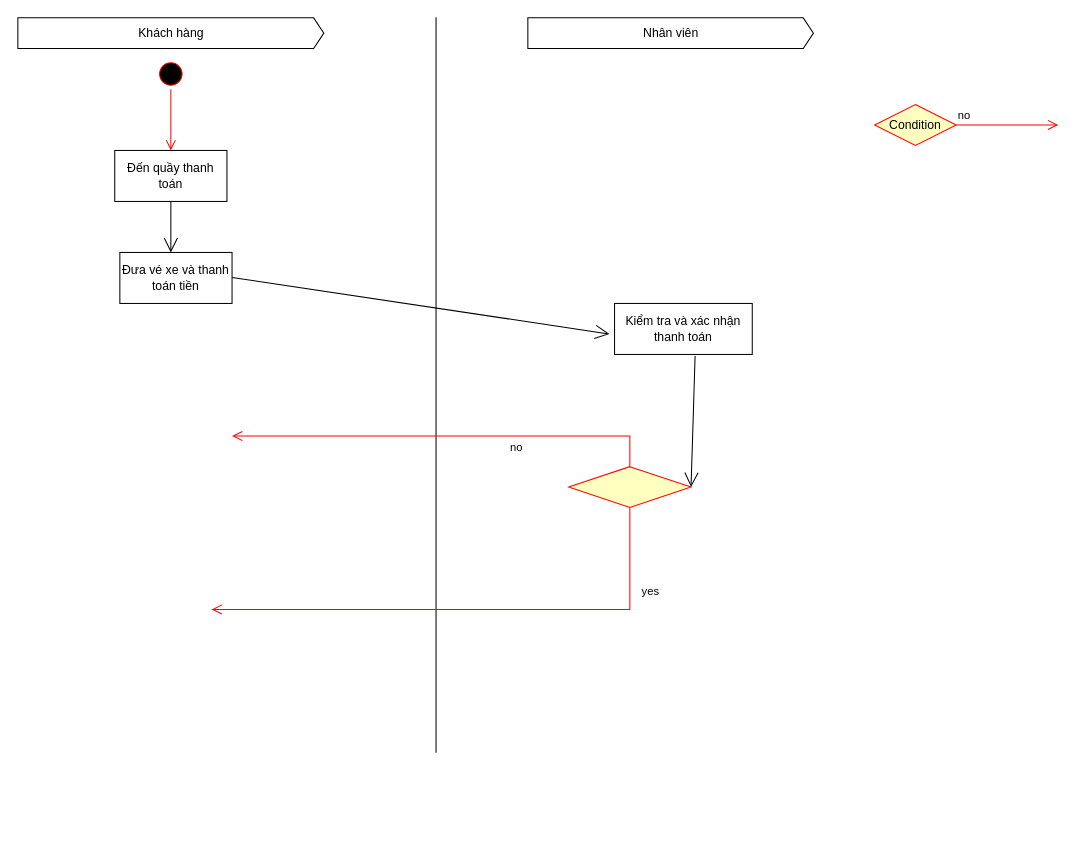
This is Biểu đồ không có tiêu đề.drawio from letham1612/test.ithub, a draw.io file, before an edit. Source tidied: cells renumbered, new cells numbered last; positions are measured from the earlier drawing's top-left corner, leaving out a move shared by most shapes. Both pictures are drawn from the tidied source at 102%, with x=0, y=0 at pixel (17, 17).
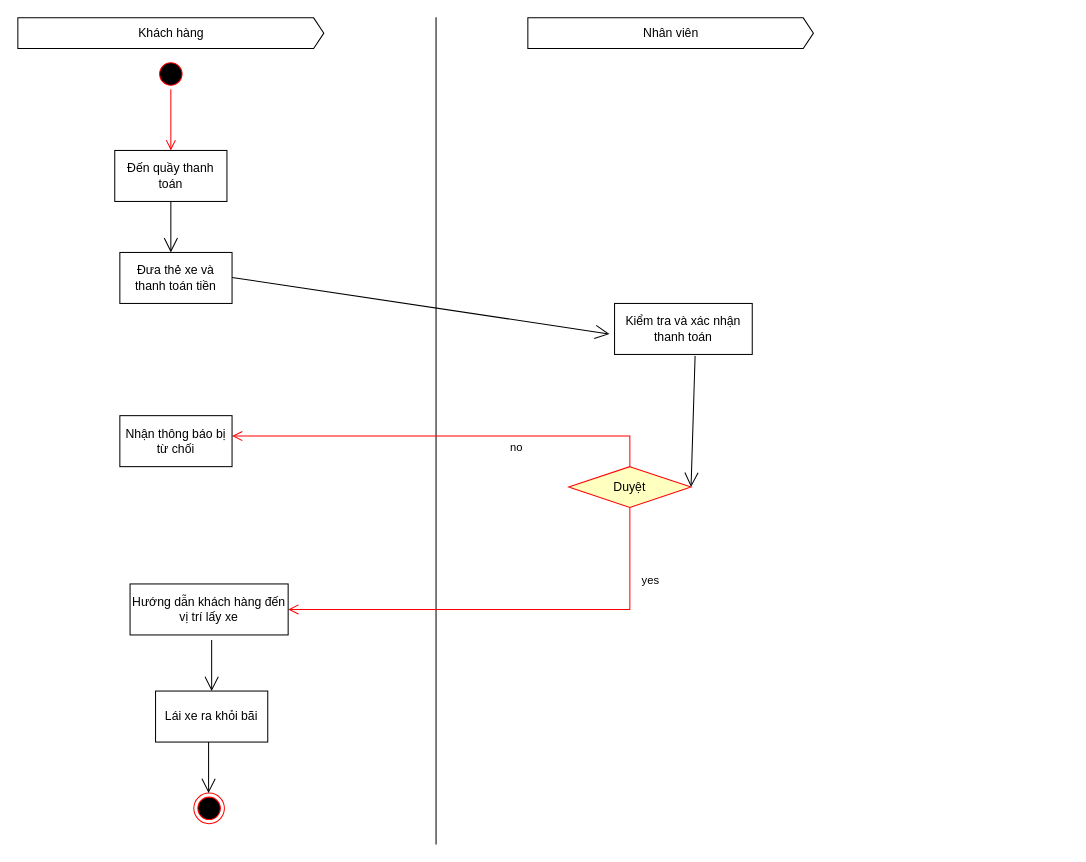
After the change.

What changed in the source:
```diff
@@
     <mxCell id="4" style="shape=partialRectangle;whiteSpace=wrap;html=1;right=0;top=0;bottom=0;fillColor=none;routingCenterX=-0.5;" parent="1" vertex="1">
-      <mxGeometry x="410" width="30" height="720" as="geometry" />
+      <mxGeometry x="410" width="30" height="810" as="geometry" />
     </mxCell>
@@
-    <mxCell id="9" value="Đưa vé xe và thanh toán tiền" style="html=1;whiteSpace=wrap;" parent="1" vertex="1">
+    <mxCell id="9" value="Đưa thẻ xe và thanh toán tiền" style="html=1;whiteSpace=wrap;" parent="1" vertex="1">
       <mxGeometry x="100" y="230" width="110" height="50" as="geometry" />
     </mxCell>
@@
-    <mxCell id="13" style="rhombus;whiteSpace=wrap;html=1;fontColor=#000000;fillColor=#ffffc0;strokeColor=#ff0000;" parent="1" vertex="1">
+    <mxCell id="13" value="Duyệt" style="rhombus;whiteSpace=wrap;html=1;fontColor=#000000;fillColor=#ffffc0;strokeColor=#ff0000;" parent="1" vertex="1">
       <mxGeometry x="540" y="440" width="120" height="40" as="geometry" />
     </mxCell>
-    <mxCell id="14" value="no" style="edgeStyle=orthogonalEdgeStyle;html=1;align=left;verticalAlign=bottom;endArrow=open;endSize=8;strokeColor=#ff0000;rounded=0;" parent="1" edge="1" source="15">
-      <mxGeometry x="-1" relative="1" as="geometry">
-        <mxPoint x="1020" y="105" as="targetPoint" />
-      </mxGeometry>
-    </mxCell>
-    <mxCell id="15" value="Condition" style="rhombus;whiteSpace=wrap;html=1;fontColor=#000000;fillColor=#ffffc0;strokeColor=#ff0000;" parent="1" vertex="1">
-      <mxGeometry x="840" y="85" width="80" height="40" as="geometry" />
-    </mxCell>
-    <mxCell id="16" value="yes" style="edgeStyle=orthogonalEdgeStyle;html=1;align=left;verticalAlign=top;endArrow=open;endSize=8;strokeColor=#ff0000;rounded=0;" parent="1" edge="1">
+    <mxCell id="16" value="yes" style="edgeStyle=orthogonalEdgeStyle;html=1;align=left;verticalAlign=top;endArrow=open;endSize=8;strokeColor=#ff0000;rounded=0;" parent="1" edge="1" target="18">
       <mxGeometry x="-0.73" y="10" relative="1" as="geometry">
         <mxPoint x="600" y="480" as="sourcePoint" />
-        <mxPoint x="190" y="580" as="targetPoint" />
         <Array as="points">
           <mxPoint x="600" y="580" />
         </Array>
       </mxGeometry>
     </mxCell>
@@
+    <mxCell id="18" value="Hướng dẫn khách hàng đến vị trí lấy xe" style="html=1;whiteSpace=wrap;" parent="1" vertex="1">
+      <mxGeometry x="110" y="555" width="155" height="50" as="geometry" />
+    </mxCell>
+    <mxCell id="19" value="Nhận thông báo bị từ chối" style="html=1;whiteSpace=wrap;" parent="1" vertex="1">
+      <mxGeometry x="100" y="390" width="110" height="50" as="geometry" />
+    </mxCell>
+    <mxCell id="20" style="ellipse;html=1;shape=endState;fillColor=#000000;strokeColor=#ff0000;" parent="1" vertex="1">
+      <mxGeometry x="172.5" y="760" width="30" height="30" as="geometry" />
+    </mxCell>
+    <mxCell id="21" value="Lái xe ra khỏi bãi" style="html=1;whiteSpace=wrap;" parent="1" vertex="1">
+      <mxGeometry x="135" y="660" width="110" height="50" as="geometry" />
+    </mxCell>
+    <mxCell id="22" style="endArrow=open;endFill=1;endSize=12;html=1;rounded=0;entryX=0.5;entryY=0;entryDx=0;entryDy=0;" parent="1" edge="1" target="21">
+      <mxGeometry relative="1" as="geometry">
+        <mxPoint x="190" y="610" as="sourcePoint" />
+      </mxGeometry>
+    </mxCell>
+    <mxCell id="23" style="endArrow=open;endFill=1;endSize=12;html=1;rounded=0;entryX=0.5;entryY=0;entryDx=0;entryDy=0;" parent="1" edge="1">
+      <mxGeometry relative="1" as="geometry">
+        <mxPoint x="187" y="710" as="sourcePoint" />
+        <mxPoint x="187" y="760" as="targetPoint" />
+      </mxGeometry>
+    </mxCell>
```
